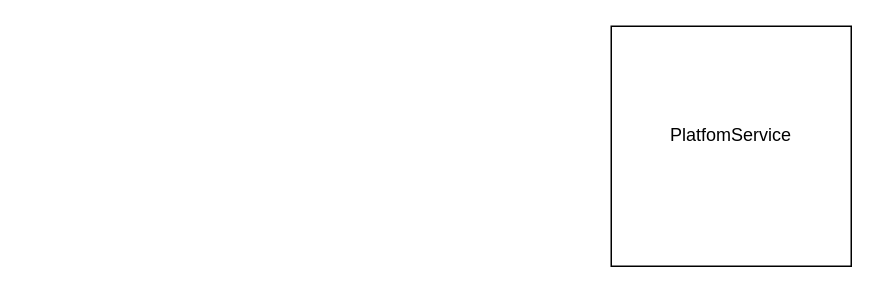
This is ArchitectureDesign.drawio from AdrianTrGH/Microservices, a draw.io file, before an edit. Source tidied: cells renumbered, new cells numbered last; positions are measured from the earlier drawing's top-left corner, leaving out a move shared by most shapes. Both pictures are drawn from the tidied source at 150%, with x=0, y=0 at pixel (610, 26).
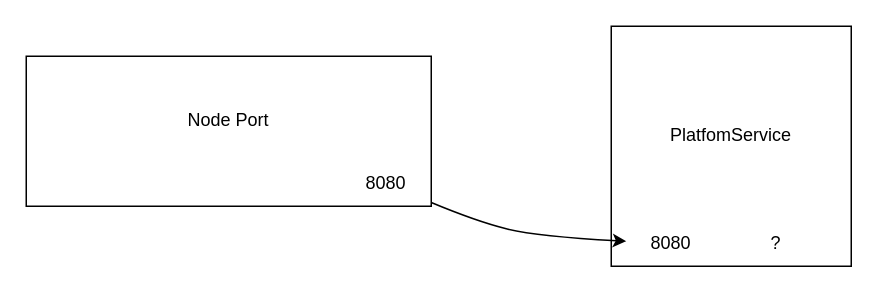
The same diagram, later.

What changed in the source:
```diff
@@
 <mxGraphModel>
   <root>
     <mxCell id="0" />
     <mxCell id="1" parent="0" />
     <mxCell id="2" value="&lt;div&gt;PlatfomService&lt;/div&gt;&lt;div&gt;&lt;br&gt;&lt;/div&gt;" style="whiteSpace=wrap;html=1;" parent="1" vertex="1">
       <mxGeometry width="160" height="160" as="geometry" />
     </mxCell>
+    <mxCell id="3" value="8080" style="text;html=1;align=center;verticalAlign=middle;whiteSpace=wrap;rounded=0;" parent="1" vertex="1">
+      <mxGeometry x="10" y="130" width="60" height="30" as="geometry" />
+    </mxCell>
+    <mxCell id="4" value="?" style="text;html=1;align=center;verticalAlign=middle;whiteSpace=wrap;rounded=0;" parent="1" vertex="1">
+      <mxGeometry x="80" y="130" width="60" height="30" as="geometry" />
+    </mxCell>
+    <mxCell id="5" value="&lt;div&gt;Node Port&lt;/div&gt;&lt;div&gt;&lt;br&gt;&lt;/div&gt;" style="rounded=0;whiteSpace=wrap;html=1;" parent="1" vertex="1">
+      <mxGeometry x="-390" y="20" width="270" height="100" as="geometry" />
+    </mxCell>
+    <mxCell id="6" value="8080" style="text;html=1;align=center;verticalAlign=middle;whiteSpace=wrap;rounded=0;" parent="1" vertex="1">
+      <mxGeometry x="-180" y="90" width="60" height="30" as="geometry" />
+    </mxCell>
+    <mxCell id="7" style="curved=1;endArrow=classic;html=1;rounded=0;" parent="1" edge="1" source="6" target="3">
+      <mxGeometry relative="1" as="geometry">
+        <Array as="points">
+          <mxPoint x="-90" y="130" />
+          <mxPoint x="-50" y="140" />
+        </Array>
+      </mxGeometry>
+    </mxCell>
   </root>
 </mxGraphModel>
```
